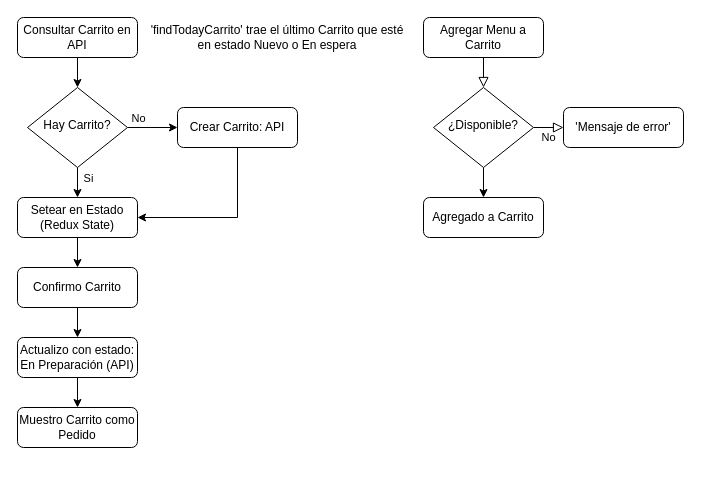
Above: Carrito_ciclo_de_vida.drawio in ariel0000/bar-app-diagrams (draw.io), before the change. Source tidied: cells renumbered, new cells numbered last; positions are measured from the earlier drawing's top-left corner, leaving out a move shared by most shapes. Both pictures are drawn from the tidied source at 100%, with x=0, y=0 at pixel (17, 17).
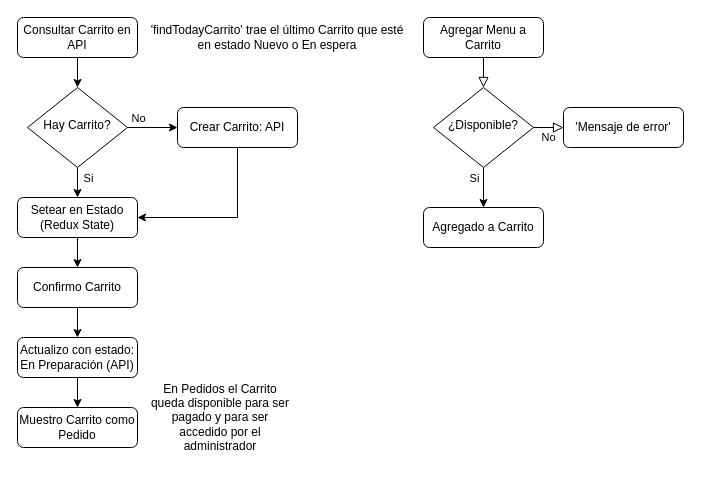
The same page after the edit.

Unchanged cells that the change refers to:
```xml
<mxCell id="5" style="edgeStyle=orthogonalEdgeStyle;rounded=0;jettySize=auto;html=1;exitX=0.5;exitY=1;exitDx=0;exitDy=0;entryX=0.5;entryY=0;entryDx=0;entryDy=0;" parent="1" edge="1" source="6" target="15">
  <mxGeometry relative="1" as="geometry" />
</mxCell>
```

Diff of the diagram source:
```diff
@@
+    <mxCell id="26" value="Si" style="edgeLabel;html=1;align=center;verticalAlign=middle;" parent="5" vertex="1">
+      <mxGeometry x="-0.33" y="-4" relative="1" as="geometry">
+        <mxPoint x="-6" y="-3" as="offset" />
+      </mxGeometry>
+    </mxCell>
@@
     <mxCell id="15" value="Agregado a Carrito" style="rounded=1;whiteSpace=wrap;html=1;fontSize=12;glass=0;strokeWidth=1;shadow=0;" parent="1" vertex="1">
-      <mxGeometry x="406" y="180" width="120" height="40" as="geometry" />
+      <mxGeometry x="406" y="190" width="120" height="40" as="geometry" />
     </mxCell>
@@
+    <mxCell id="27" value="En Pedidos el Carrito queda disponible para ser pagado y para ser accedido por el administrador" style="text;html=1;align=center;verticalAlign=middle;whiteSpace=wrap;rounded=0;" parent="1" vertex="1">
+      <mxGeometry x="130" y="350" width="146" height="100" as="geometry" />
+    </mxCell>
```
